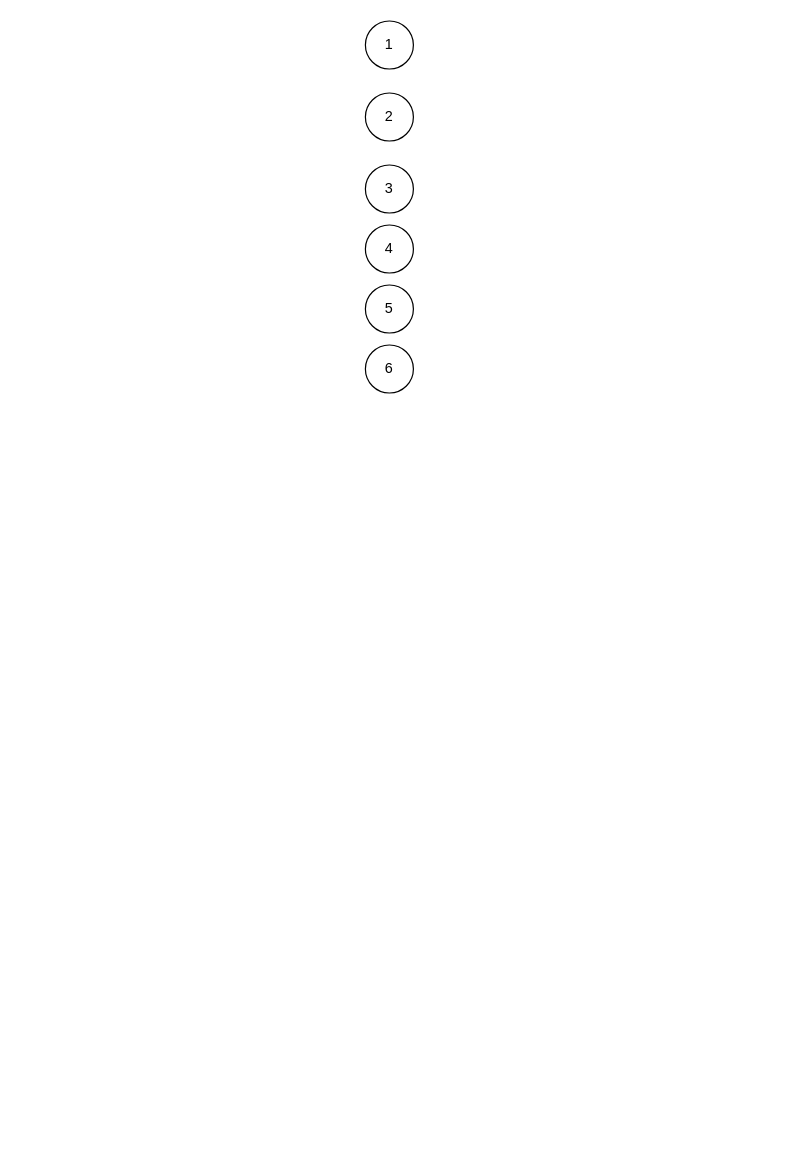
This is Untitled Diagram.drawio from ArnavPatel09/CS35200, a draw.io file, before an edit. Source tidied: cells renumbered, new cells numbered last; positions are measured from the earlier drawing's top-left corner, leaving out a move shared by most shapes. Both pictures are drawn from the tidied source at 120%, with x=0, y=0 at pixel (365, 20).
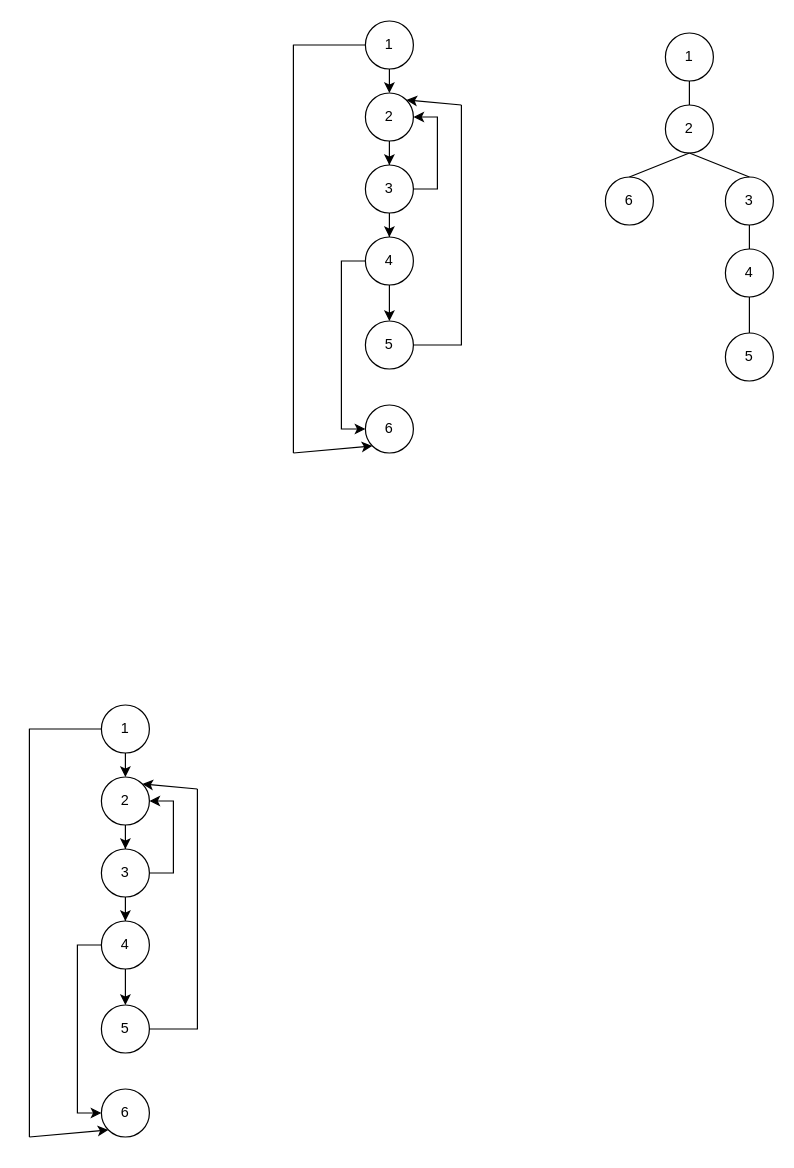
The same page after the edit.

Commit message:
finished problem 1, starting problem 2

The change refers to these unchanged cells:
```xml
<mxCell id="2" value="1" style="ellipse;whiteSpace=wrap;html=1;" parent="1" vertex="1">
  <mxGeometry width="40" height="40" as="geometry" />
</mxCell>
<mxCell id="3" value="2" style="ellipse;whiteSpace=wrap;html=1;" parent="1" vertex="1">
  <mxGeometry y="60" width="40" height="40" as="geometry" />
</mxCell>
<mxCell id="4" value="3" style="ellipse;whiteSpace=wrap;html=1;" parent="1" vertex="1">
  <mxGeometry y="120" width="40" height="40" as="geometry" />
</mxCell>
```

The edit, as a diff of the source:
```diff
@@
+    <mxCell id="8" style="edgeStyle=orthogonalEdgeStyle;rounded=0;jettySize=auto;html=1;exitX=0.5;exitY=1;exitDx=0;exitDy=0;entryX=0.5;entryY=0;entryDx=0;entryDy=0;" parent="1" edge="1" source="2" target="3">
+      <mxGeometry relative="1" as="geometry" />
+    </mxCell>
@@
+    <mxCell id="9" style="edgeStyle=orthogonalEdgeStyle;rounded=0;jettySize=auto;html=1;entryX=0.5;entryY=0;entryDx=0;entryDy=0;" parent="1" edge="1" source="3" target="4">
+      <mxGeometry relative="1" as="geometry" />
+    </mxCell>
@@
+    <mxCell id="10" style="edgeStyle=orthogonalEdgeStyle;rounded=0;jettySize=auto;html=1;entryX=0.5;entryY=0;entryDx=0;entryDy=0;" parent="1" edge="1" source="4" target="5">
+      <mxGeometry relative="1" as="geometry" />
+    </mxCell>
+    <mxCell id="11" style="edgeStyle=orthogonalEdgeStyle;rounded=0;jettySize=auto;html=1;exitX=1;exitY=0.5;exitDx=0;exitDy=0;entryX=1;entryY=0.5;entryDx=0;entryDy=0;" parent="1" edge="1" source="4" target="3">
+      <mxGeometry relative="1" as="geometry" />
+    </mxCell>
@@
+    <mxCell id="12" style="edgeStyle=orthogonalEdgeStyle;rounded=0;jettySize=auto;html=1;exitX=0.5;exitY=1;exitDx=0;exitDy=0;entryX=0.5;entryY=0;entryDx=0;entryDy=0;" parent="1" edge="1" source="5" target="6">
+      <mxGeometry relative="1" as="geometry" />
+    </mxCell>
+    <mxCell id="13" style="edgeStyle=orthogonalEdgeStyle;rounded=0;jettySize=auto;html=1;exitX=0;exitY=0.5;exitDx=0;exitDy=0;entryX=0;entryY=0.5;entryDx=0;entryDy=0;" parent="1" edge="1" source="5" target="7">
+      <mxGeometry relative="1" as="geometry" />
+    </mxCell>
     <mxCell id="5" value="4" style="ellipse;whiteSpace=wrap;html=1;" parent="1" vertex="1">
-      <mxGeometry y="170" width="40" height="40" as="geometry" />
+      <mxGeometry y="180" width="40" height="40" as="geometry" />
     </mxCell>
     <mxCell id="6" value="5" style="ellipse;whiteSpace=wrap;html=1;" parent="1" vertex="1">
-      <mxGeometry y="220" width="40" height="40" as="geometry" />
+      <mxGeometry y="250" width="40" height="40" as="geometry" />
     </mxCell>
     <mxCell id="7" value="6" style="ellipse;whiteSpace=wrap;html=1;" parent="1" vertex="1">
-      <mxGeometry y="270" width="40" height="40" as="geometry" />
+      <mxGeometry y="320" width="40" height="40" as="geometry" />
     </mxCell>
+    <mxCell id="14" style="endArrow=none;html=1;rounded=0;" parent="1" edge="1">
+      <mxGeometry relative="1" as="geometry">
+        <mxPoint x="-60" y="20" as="sourcePoint" />
+        <mxPoint y="20" as="targetPoint" />
+      </mxGeometry>
+    </mxCell>
+    <mxCell id="15" style="endArrow=none;html=1;rounded=0;" parent="1" edge="1">
+      <mxGeometry relative="1" as="geometry">
+        <mxPoint x="-60" y="360" as="sourcePoint" />
+        <mxPoint x="-60" y="19.7" as="targetPoint" />
+      </mxGeometry>
+    </mxCell>
+    <mxCell id="16" style="endArrow=classic;html=1;rounded=0;entryX=0;entryY=1;entryDx=0;entryDy=0;" parent="1" edge="1" target="7">
+      <mxGeometry relative="1" as="geometry">
+        <mxPoint x="-60" y="360" as="sourcePoint" />
+      </mxGeometry>
+    </mxCell>
+    <mxCell id="17" style="endArrow=none;html=1;rounded=0;" parent="1" edge="1">
+      <mxGeometry relative="1" as="geometry">
+        <mxPoint x="40" y="270" as="sourcePoint" />
+        <mxPoint x="80" y="270" as="targetPoint" />
+      </mxGeometry>
+    </mxCell>
+    <mxCell id="18" style="endArrow=none;html=1;rounded=0;" parent="1" edge="1">
+      <mxGeometry relative="1" as="geometry">
+        <mxPoint x="80" y="270.3" as="sourcePoint" />
+        <mxPoint x="80" y="70" as="targetPoint" />
+      </mxGeometry>
+    </mxCell>
+    <mxCell id="19" style="endArrow=classic;html=1;rounded=0;entryX=1;entryY=0;entryDx=0;entryDy=0;" parent="1" edge="1" target="3">
+      <mxGeometry relative="1" as="geometry">
+        <mxPoint x="80" y="70" as="sourcePoint" />
+      </mxGeometry>
+    </mxCell>
+    <mxCell id="20" value="1" style="ellipse;whiteSpace=wrap;html=1;" parent="1" vertex="1">
+      <mxGeometry x="250" y="10" width="40" height="40" as="geometry" />
+    </mxCell>
+    <mxCell id="21" value="2" style="ellipse;whiteSpace=wrap;html=1;" parent="1" vertex="1">
+      <mxGeometry x="250" y="70" width="40" height="40" as="geometry" />
+    </mxCell>
+    <mxCell id="22" value="3" style="ellipse;whiteSpace=wrap;html=1;" parent="1" vertex="1">
+      <mxGeometry x="300" y="130" width="40" height="40" as="geometry" />
+    </mxCell>
+    <mxCell id="23" value="4" style="ellipse;whiteSpace=wrap;html=1;" parent="1" vertex="1">
+      <mxGeometry x="300" y="190" width="40" height="40" as="geometry" />
+    </mxCell>
+    <mxCell id="24" value="5" style="ellipse;whiteSpace=wrap;html=1;" parent="1" vertex="1">
+      <mxGeometry x="300" y="260" width="40" height="40" as="geometry" />
+    </mxCell>
+    <mxCell id="25" value="6" style="ellipse;whiteSpace=wrap;html=1;" parent="1" vertex="1">
+      <mxGeometry x="200" y="130" width="40" height="40" as="geometry" />
+    </mxCell>
+    <mxCell id="26" style="endArrow=none;html=1;rounded=0;entryX=0.5;entryY=1;entryDx=0;entryDy=0;exitX=0.5;exitY=0;exitDx=0;exitDy=0;" parent="1" edge="1" source="21" target="20">
+      <mxGeometry relative="1" as="geometry" />
+    </mxCell>
+    <mxCell id="27" style="endArrow=none;html=1;rounded=0;entryX=0.5;entryY=1;entryDx=0;entryDy=0;exitX=0.5;exitY=0;exitDx=0;exitDy=0;" parent="1" edge="1" source="25" target="21">
+      <mxGeometry relative="1" as="geometry" />
+    </mxCell>
+    <mxCell id="28" style="endArrow=none;html=1;rounded=0;entryX=0.5;entryY=1;entryDx=0;entryDy=0;exitX=0.5;exitY=0;exitDx=0;exitDy=0;" parent="1" edge="1" source="22" target="21">
+      <mxGeometry relative="1" as="geometry" />
+    </mxCell>
+    <mxCell id="29" style="endArrow=none;html=1;rounded=0;entryX=0.5;entryY=1;entryDx=0;entryDy=0;exitX=0.5;exitY=0;exitDx=0;exitDy=0;" parent="1" edge="1" source="23" target="22">
+      <mxGeometry relative="1" as="geometry" />
+    </mxCell>
+    <mxCell id="30" style="endArrow=none;html=1;rounded=0;entryX=0.5;entryY=1;entryDx=0;entryDy=0;exitX=0.5;exitY=0;exitDx=0;exitDy=0;" parent="1" edge="1" source="24" target="23">
+      <mxGeometry relative="1" as="geometry" />
+    </mxCell>
+    <mxCell id="31" style="edgeStyle=orthogonalEdgeStyle;rounded=0;jettySize=auto;html=1;exitX=0.5;exitY=1;exitDx=0;exitDy=0;entryX=0.5;entryY=0;entryDx=0;entryDy=0;" parent="1" edge="1" source="32" target="34">
+      <mxGeometry relative="1" as="geometry" />
+    </mxCell>
+    <mxCell id="32" value="1" style="ellipse;whiteSpace=wrap;html=1;" parent="1" vertex="1">
+      <mxGeometry x="-220" y="570" width="40" height="40" as="geometry" />
+    </mxCell>
+    <mxCell id="33" style="edgeStyle=orthogonalEdgeStyle;rounded=0;jettySize=auto;html=1;entryX=0.5;entryY=0;entryDx=0;entryDy=0;" parent="1" edge="1" source="34" target="37">
+      <mxGeometry relative="1" as="geometry" />
+    </mxCell>
+    <mxCell id="34" value="2" style="ellipse;whiteSpace=wrap;html=1;" parent="1" vertex="1">
+      <mxGeometry x="-220" y="630" width="40" height="40" as="geometry" />
+    </mxCell>
+    <mxCell id="35" style="edgeStyle=orthogonalEdgeStyle;rounded=0;jettySize=auto;html=1;entryX=0.5;entryY=0;entryDx=0;entryDy=0;" parent="1" edge="1" source="37" target="40">
+      <mxGeometry relative="1" as="geometry" />
+    </mxCell>
+    <mxCell id="36" style="edgeStyle=orthogonalEdgeStyle;rounded=0;jettySize=auto;html=1;exitX=1;exitY=0.5;exitDx=0;exitDy=0;entryX=1;entryY=0.5;entryDx=0;entryDy=0;" parent="1" edge="1" source="37" target="34">
+      <mxGeometry relative="1" as="geometry" />
+    </mxCell>
+    <mxCell id="37" value="3" style="ellipse;whiteSpace=wrap;html=1;" parent="1" vertex="1">
+      <mxGeometry x="-220" y="690" width="40" height="40" as="geometry" />
+    </mxCell>
+    <mxCell id="38" style="edgeStyle=orthogonalEdgeStyle;rounded=0;jettySize=auto;html=1;exitX=0.5;exitY=1;exitDx=0;exitDy=0;entryX=0.5;entryY=0;entryDx=0;entryDy=0;" parent="1" edge="1" source="40" target="41">
+      <mxGeometry relative="1" as="geometry" />
+    </mxCell>
+    <mxCell id="39" style="edgeStyle=orthogonalEdgeStyle;rounded=0;jettySize=auto;html=1;exitX=0;exitY=0.5;exitDx=0;exitDy=0;entryX=0;entryY=0.5;entryDx=0;entryDy=0;" parent="1" edge="1" source="40" target="42">
+      <mxGeometry relative="1" as="geometry" />
+    </mxCell>
+    <mxCell id="40" value="4" style="ellipse;whiteSpace=wrap;html=1;" parent="1" vertex="1">
+      <mxGeometry x="-220" y="750" width="40" height="40" as="geometry" />
+    </mxCell>
+    <mxCell id="41" value="5" style="ellipse;whiteSpace=wrap;html=1;" parent="1" vertex="1">
+      <mxGeometry x="-220" y="820" width="40" height="40" as="geometry" />
+    </mxCell>
+    <mxCell id="42" value="6" style="ellipse;whiteSpace=wrap;html=1;" parent="1" vertex="1">
+      <mxGeometry x="-220" y="890" width="40" height="40" as="geometry" />
+    </mxCell>
+    <mxCell id="43" style="endArrow=none;html=1;rounded=0;" parent="1" edge="1">
+      <mxGeometry relative="1" as="geometry">
+        <mxPoint x="-280" y="590" as="sourcePoint" />
+        <mxPoint x="-220" y="590" as="targetPoint" />
+      </mxGeometry>
+    </mxCell>
+    <mxCell id="44" style="endArrow=none;html=1;rounded=0;" parent="1" edge="1">
+      <mxGeometry relative="1" as="geometry">
+        <mxPoint x="-280" y="930" as="sourcePoint" />
+        <mxPoint x="-280" y="589.7" as="targetPoint" />
+      </mxGeometry>
+    </mxCell>
+    <mxCell id="45" style="endArrow=classic;html=1;rounded=0;entryX=0;entryY=1;entryDx=0;entryDy=0;" parent="1" edge="1" target="42">
+      <mxGeometry relative="1" as="geometry">
+        <mxPoint x="-280" y="930" as="sourcePoint" />
+      </mxGeometry>
+    </mxCell>
+    <mxCell id="46" style="endArrow=none;html=1;rounded=0;" parent="1" edge="1">
+      <mxGeometry relative="1" as="geometry">
+        <mxPoint x="-180" y="840" as="sourcePoint" />
+        <mxPoint x="-140" y="840" as="targetPoint" />
+      </mxGeometry>
+    </mxCell>
+    <mxCell id="47" style="endArrow=none;html=1;rounded=0;" parent="1" edge="1">
+      <mxGeometry relative="1" as="geometry">
+        <mxPoint x="-140" y="840.3" as="sourcePoint" />
+        <mxPoint x="-140" y="640" as="targetPoint" />
+      </mxGeometry>
+    </mxCell>
+    <mxCell id="48" style="endArrow=classic;html=1;rounded=0;entryX=1;entryY=0;entryDx=0;entryDy=0;" parent="1" edge="1" target="34">
+      <mxGeometry relative="1" as="geometry">
+        <mxPoint x="-140" y="640" as="sourcePoint" />
+      </mxGeometry>
+    </mxCell>
```
